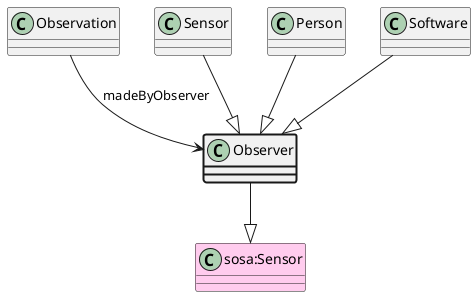
aus-plant-phenomics-network/appn-schema keeps this PlantUML diagram as ttl_uml/ttl_appn_Observer.png. Above is the earlier version.
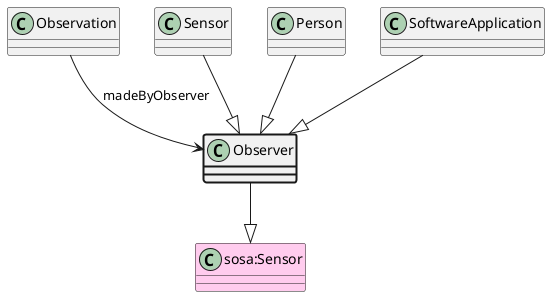
The same file after the commit.

Diff of the diagram source:
```diff
@@ -8,6 +8,6 @@
 Sensor --|> Observer
 class Person
 Person --|> Observer
-class Software
-Software --|> Observer
+class SoftwareApplication
+SoftwareApplication --|> Observer
 @enduml
```
